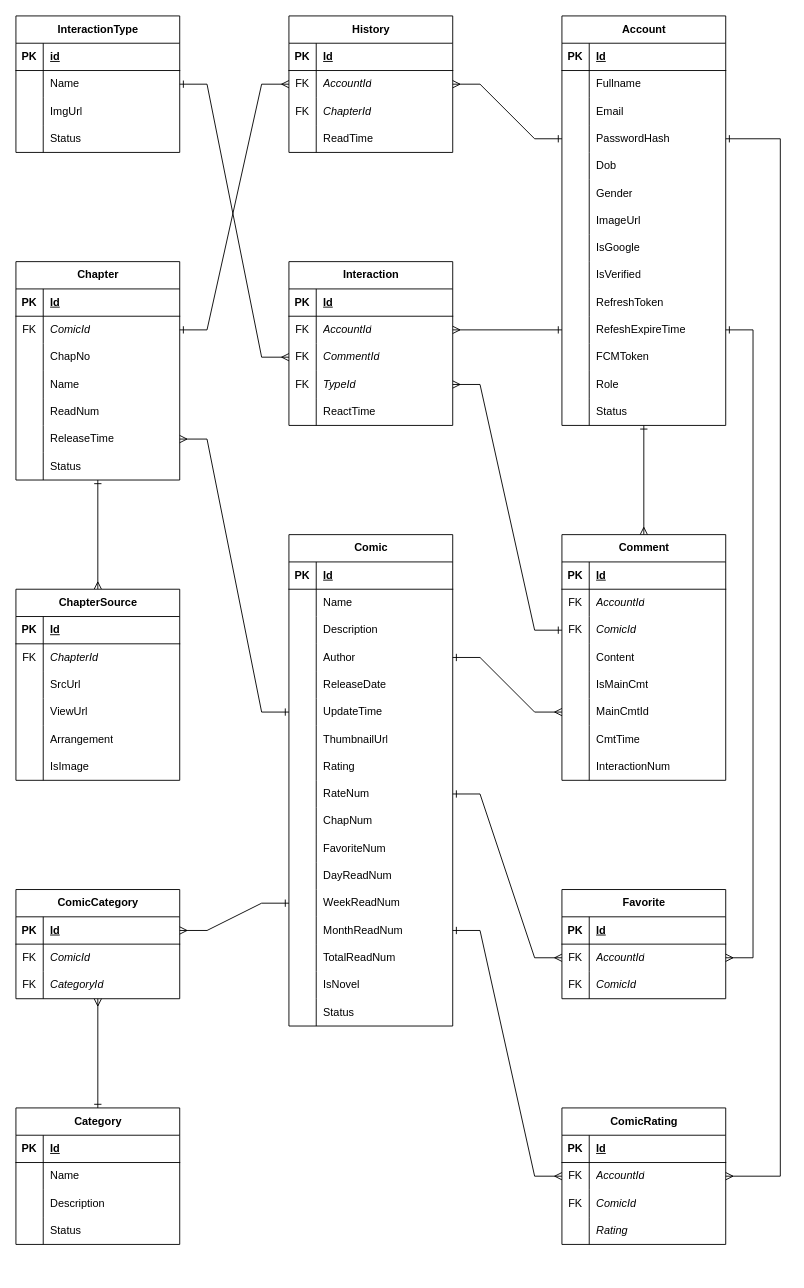
This is page "Logical" (2 of 2) of OnComics.Scripts/OnComics-ERD-Diagram.drawio from hiepquoc0607/OnComics, a draw.io file, before an edit. Source tidied: cells renumbered, new cells numbered last; positions are measured from the earlier drawing's top-left corner, leaving out a move shared by most shapes. Both pictures are drawn from the tidied source at 91%, with x=0, y=0 at pixel (15, 15).
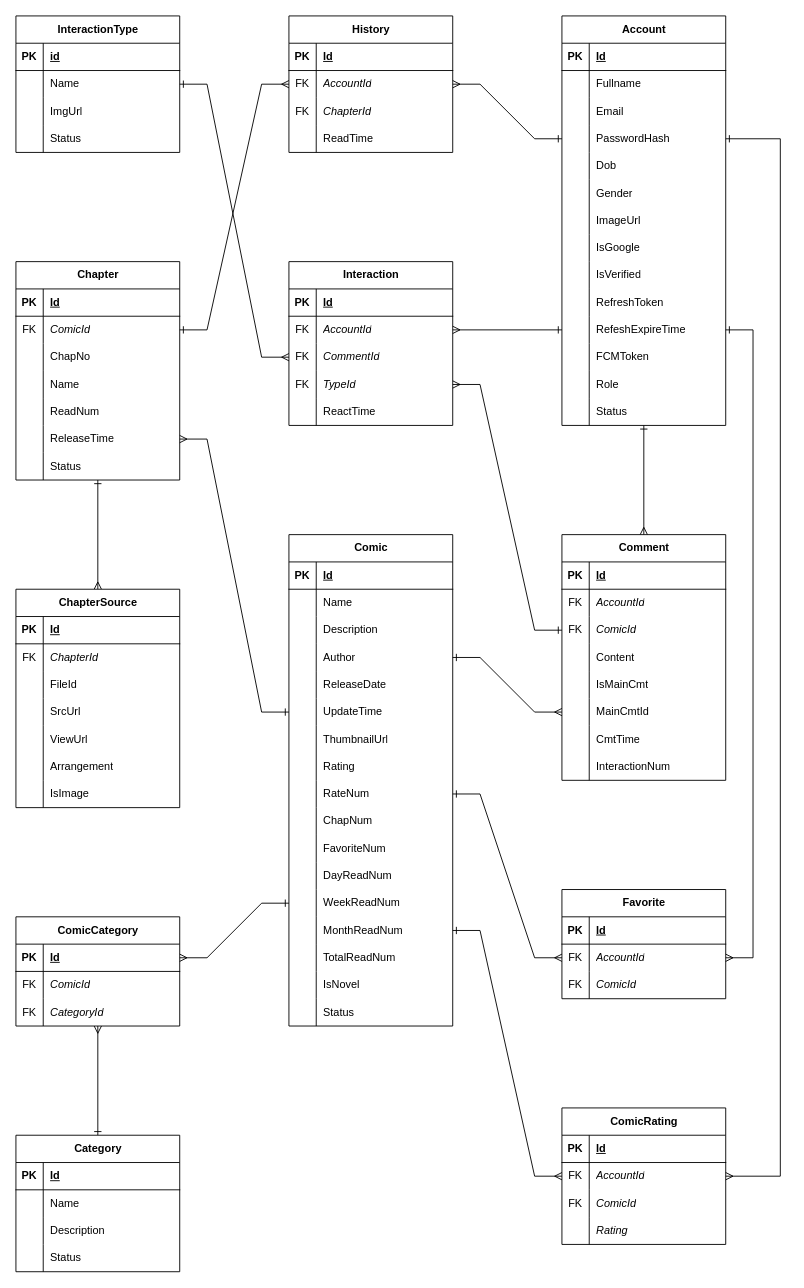
The same page after the edit.

Unchanged cells that the change refers to:
```xml
<mxCell id="184" style="shape=tableRow;horizontal=0;startSize=0;swimlaneHead=0;swimlaneBody=0;fillColor=none;points=[[0,0.5],[1,0.5]];portConstraint=eastwest;top=0;left=0;right=0;bottom=0;" parent="147" vertex="1">
  <mxGeometry y="390" width="180" height="30" as="geometry" />
</mxCell>
<mxCell id="201" style="shape=tableRow;horizontal=0;startSize=0;swimlaneHead=0;swimlaneBody=0;fillColor=none;points=[[0,0.5],[1,0.5]];portConstraint=eastwest;top=0;left=0;right=0;bottom=1;" parent="200" vertex="1">
  <mxGeometry y="30" width="180" height="30" as="geometry" />
</mxCell>
```

The edit, as a diff of the source:
```diff
@@
     <mxCell id="146" style="rounded=0;jettySize=auto;html=1;entryX=1;entryY=0.5;entryDx=0;entryDy=0;startArrow=ERone;startFill=0;endArrow=ERmany;endFill=0;exitX=0;exitY=0.5;exitDx=0;exitDy=0;" parent="1" edge="1" source="184" target="201">
       <mxGeometry relative="1" as="geometry">
         <Array as="points">
           <mxPoint x="270" y="975" />
-          <mxPoint x="210" y="1005" />
+          <mxPoint x="210" y="1035" />
         </Array>
       </mxGeometry>
     </mxCell>
@@
     <mxCell id="200" value="ComicCategory" style="shape=table;startSize=30;childLayout=tableLayout;rowLines=0;fontStyle=1;align=center;html=1;" parent="1" vertex="1">
-      <mxGeometry y="960" width="180" height="120" as="geometry" />
+      <mxGeometry y="990" width="180" height="120" as="geometry" />
     </mxCell>
@@
     <mxCell id="210" value="Category" style="shape=table;startSize=30;childLayout=tableLayout;rowLines=0;fontStyle=1;align=center;html=1;" parent="1" vertex="1">
-      <mxGeometry y="1200" width="180" height="150" as="geometry" />
+      <mxGeometry y="1230" width="180" height="150" as="geometry" />
     </mxCell>
@@
     <mxCell id="247" value="ChapterSource" style="shape=table;startSize=30;childLayout=tableLayout;rowLines=0;fontStyle=1;align=center;html=1;" parent="1" vertex="1">
-      <mxGeometry y="630" width="180" height="210" as="geometry" />
+      <mxGeometry y="630" width="180" height="240" as="geometry" />
     </mxCell>
@@
+    <mxCell id="266" style="shape=tableRow;horizontal=0;startSize=0;swimlaneHead=0;swimlaneBody=0;fillColor=none;top=0;left=0;right=0;bottom=0;" parent="247" vertex="1">
+      <mxGeometry y="90" width="180" height="30" as="geometry" />
+    </mxCell>
+    <mxCell id="267" style="shape=partialRectangle;fillColor=none;top=0;left=0;bottom=0;right=0;overflow=hidden;whiteSpace=wrap;html=1;" parent="266" vertex="1">
+      <mxGeometry width="30" height="30" as="geometry" />
+    </mxCell>
+    <mxCell id="268" value="&lt;span style=&quot;font-style: normal;&quot;&gt;FileId&lt;/span&gt;" style="shape=partialRectangle;fillColor=none;top=0;left=0;bottom=0;right=0;align=left;spacingLeft=6;overflow=hidden;whiteSpace=wrap;html=1;fontStyle=2;" parent="266" vertex="1">
+      <mxGeometry x="30" width="150" height="30" as="geometry" />
+    </mxCell>
     <mxCell id="254" style="shape=tableRow;horizontal=0;startSize=0;swimlaneHead=0;swimlaneBody=0;fillColor=none;top=0;left=0;right=0;bottom=0;" parent="247" vertex="1">
-      <mxGeometry y="90" width="180" height="30" as="geometry" />
+      <mxGeometry y="120" width="180" height="30" as="geometry" />
     </mxCell>
@@
     <mxCell id="257" style="shape=tableRow;horizontal=0;startSize=0;swimlaneHead=0;swimlaneBody=0;fillColor=none;top=0;left=0;right=0;bottom=0;" parent="247" vertex="1">
-      <mxGeometry y="120" width="180" height="30" as="geometry" />
+      <mxGeometry y="150" width="180" height="30" as="geometry" />
     </mxCell>
@@
     <mxCell id="260" style="shape=tableRow;horizontal=0;startSize=0;swimlaneHead=0;swimlaneBody=0;fillColor=none;top=0;left=0;right=0;bottom=0;" parent="247" vertex="1">
-      <mxGeometry y="150" width="180" height="30" as="geometry" />
+      <mxGeometry y="180" width="180" height="30" as="geometry" />
     </mxCell>
@@
     <mxCell id="263" style="shape=tableRow;horizontal=0;startSize=0;swimlaneHead=0;swimlaneBody=0;fillColor=none;top=0;left=0;right=0;bottom=0;" parent="247" vertex="1">
-      <mxGeometry y="180" width="180" height="30" as="geometry" />
+      <mxGeometry y="210" width="180" height="30" as="geometry" />
     </mxCell>
```
